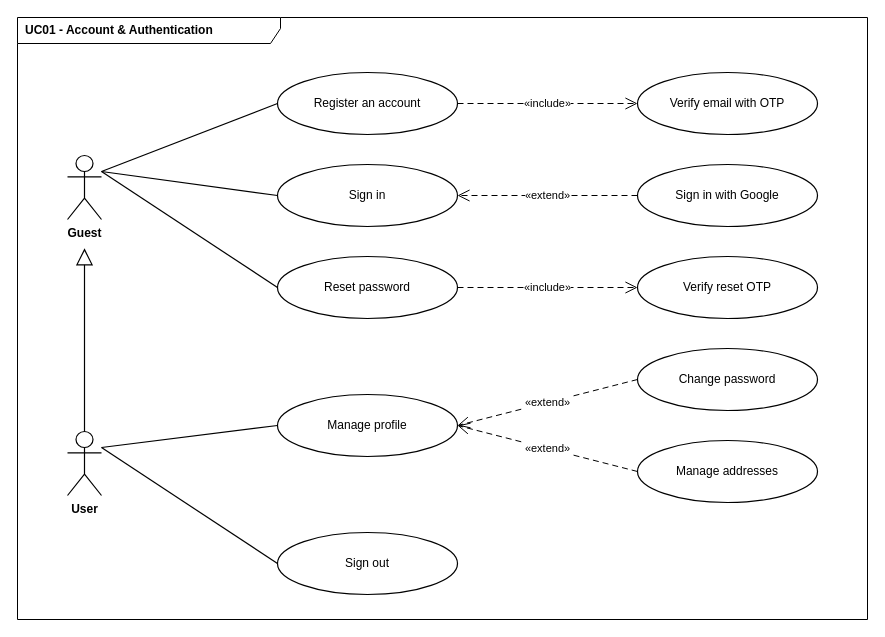
Above: page "UC01 - Account & Authentication" (2 of 7) of docs/system-design/drawio/05-use-case-diagram.drawio in tdat-dev/Zoldify_Backend (draw.io), before the change. Source tidied: cells renumbered, new cells numbered last; positions are measured from the earlier drawing's top-left corner, leaving out a move shared by most shapes. Both pictures are drawn from the tidied source at 100%, with x=0, y=0 at pixel (17, 17).
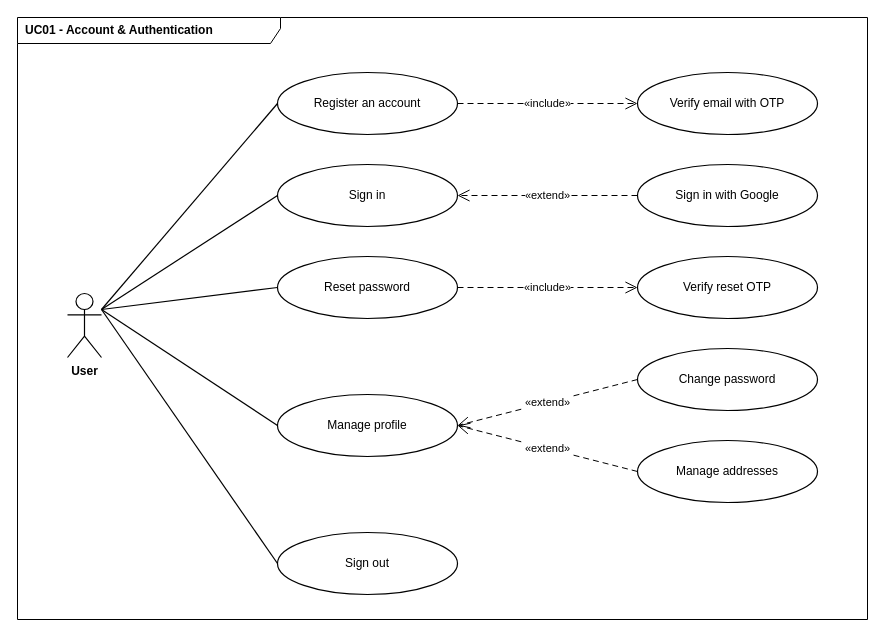
After the change.

Commit message (it also covers changes not shown here):
fix(drawio): bỏ actor Guest, trả use case về đúng bản nhóm vẽ

The change refers to these unchanged cells:
```xml
<mxCell id="18" value="Manage profile" style="ellipse;whiteSpace=wrap;html=1;fontSize=12;fillColor=#FFFFFF;strokeColor=#000000;strokeWidth=1.2;spacing=8;fontFamily=Helvetica;fontColor=#000000;" parent="1" vertex="1">
  <mxGeometry x="260" y="377" width="180" height="62" as="geometry" />
</mxCell>
<mxCell id="24" value="Sign out" style="ellipse;whiteSpace=wrap;html=1;fontSize=12;fillColor=#FFFFFF;strokeColor=#000000;strokeWidth=1.2;spacing=8;fontFamily=Helvetica;fontColor=#000000;" parent="1" vertex="1">
  <mxGeometry x="260" y="515" width="180" height="62" as="geometry" />
</mxCell>
```

What changed in the source:
```diff
@@
-    <mxCell id="3" value="Guest" style="shape=umlActor;verticalLabelPosition=bottom;verticalAlign=top;html=1;outlineConnect=0;fontSize=12;fontStyle=1;fillColor=#FFFFFF;strokeColor=#000000;strokeWidth=1.2;fontFamily=Helvetica;fontColor=#000000;" parent="1" vertex="1">
-      <mxGeometry x="50" y="138" width="34" height="64" as="geometry" />
+    <mxCell id="3" value="User" style="shape=umlActor;verticalLabelPosition=bottom;verticalAlign=top;html=1;outlineConnect=0;fontSize=12;fontStyle=1;fillColor=#FFFFFF;strokeColor=#000000;strokeWidth=1.2;fontFamily=Helvetica;fontColor=#000000;" parent="1" vertex="1">
+      <mxGeometry x="50" y="276" width="34" height="64" as="geometry" />
     </mxCell>
-    <mxCell id="4" value="User" style="shape=umlActor;verticalLabelPosition=bottom;verticalAlign=top;html=1;outlineConnect=0;fontSize=12;fontStyle=1;fillColor=#FFFFFF;strokeColor=#000000;strokeWidth=1.2;fontFamily=Helvetica;fontColor=#000000;" parent="1" vertex="1">
-      <mxGeometry x="50" y="414" width="34" height="64" as="geometry" />
-    </mxCell>
-    <mxCell id="5" style="edgeStyle=none;html=1;rounded=0;endArrow=block;endFill=0;endSize=14;strokeColor=#000000;strokeWidth=1.2;exitX=0.5;exitY=0;exitDx=0;exitDy=0;exitPerimeter=0;entryX=0.5;entryY=1.45;entryDx=0;entryDy=0;entryPerimeter=0;" parent="1" edge="1" source="4" target="3">
-      <mxGeometry relative="1" as="geometry" />
-    </mxCell>
@@
-    <mxCell id="19" style="edgeStyle=none;html=1;rounded=0;endArrow=none;strokeColor=#000000;strokeWidth=1.2;exitX=1;exitY=0.25;exitDx=0;exitDy=0;exitPerimeter=0;entryX=0;entryY=0.5;entryDx=0;entryDy=0;entryPerimeter=0;" parent="1" edge="1" source="4" target="18">
-      <mxGeometry relative="1" as="geometry" />
-    </mxCell>
+    <mxCell id="26" style="edgeStyle=none;html=1;rounded=0;endArrow=none;strokeColor=#000000;strokeWidth=1.2;exitX=1;exitY=0.25;exitDx=0;exitDy=0;exitPerimeter=0;entryX=0;entryY=0.5;entryDx=0;entryDy=0;entryPerimeter=0;" parent="1" edge="1" source="3" target="18">
+      <mxGeometry relative="1" as="geometry" />
+    </mxCell>
@@
-    <mxCell id="25" style="edgeStyle=none;html=1;rounded=0;endArrow=none;strokeColor=#000000;strokeWidth=1.2;exitX=1;exitY=0.25;exitDx=0;exitDy=0;exitPerimeter=0;entryX=0;entryY=0.5;entryDx=0;entryDy=0;entryPerimeter=0;" parent="1" edge="1" source="4" target="24">
-      <mxGeometry relative="1" as="geometry" />
-    </mxCell>
+    <mxCell id="27" style="edgeStyle=none;html=1;rounded=0;endArrow=none;strokeColor=#000000;strokeWidth=1.2;exitX=1;exitY=0.25;exitDx=0;exitDy=0;exitPerimeter=0;entryX=0;entryY=0.5;entryDx=0;entryDy=0;entryPerimeter=0;" parent="1" edge="1" source="3" target="24">
+      <mxGeometry relative="1" as="geometry" />
+    </mxCell>
```
